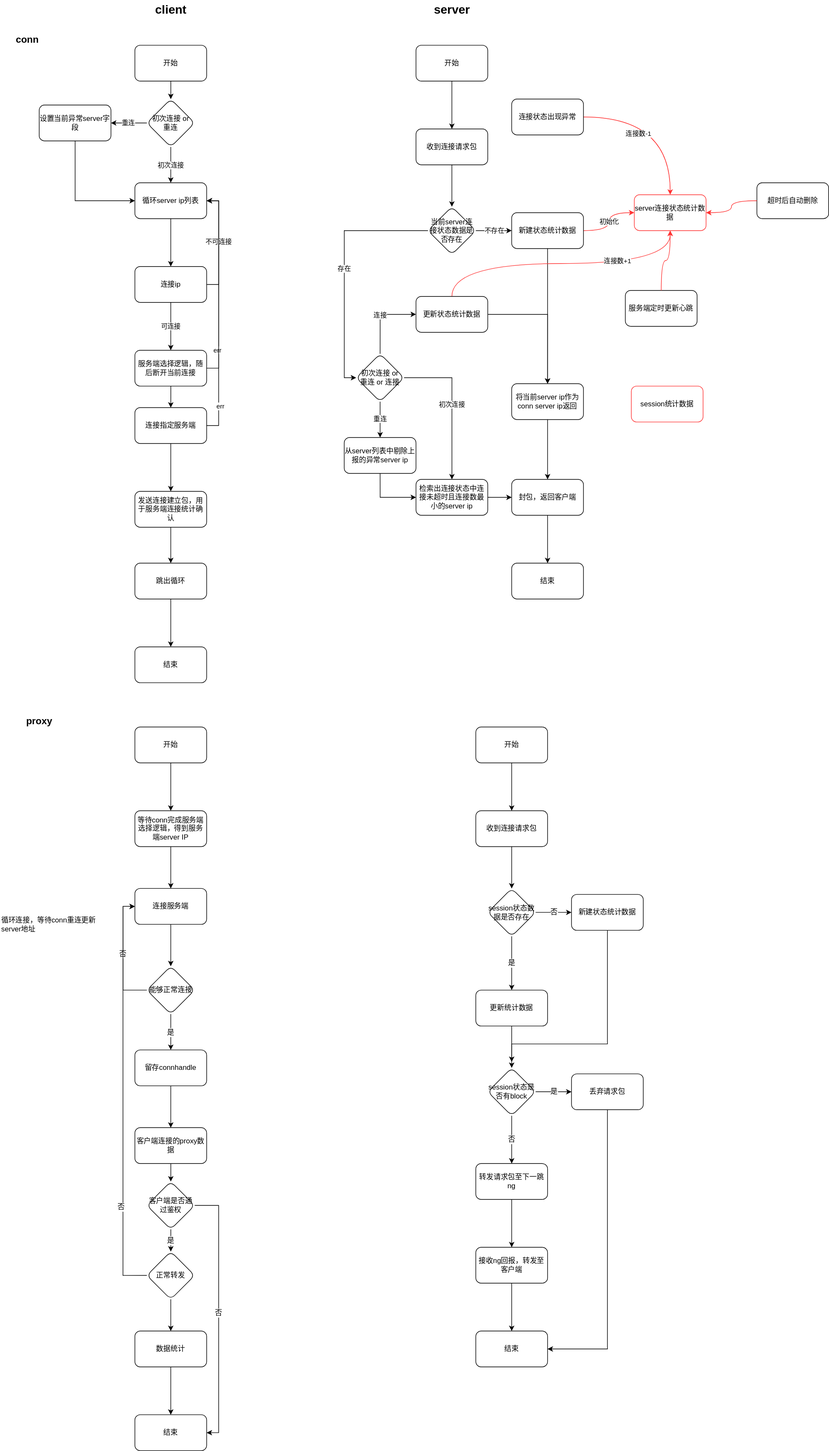
Earlier version of the draw.io export tc_客户端连接服务端逻辑图.svg (c17abab/diag_pics). Source tidied: cells renumbered, new cells last; positions are measured from the earlier drawing's top-left corner, leaving out a move shared by most shapes.
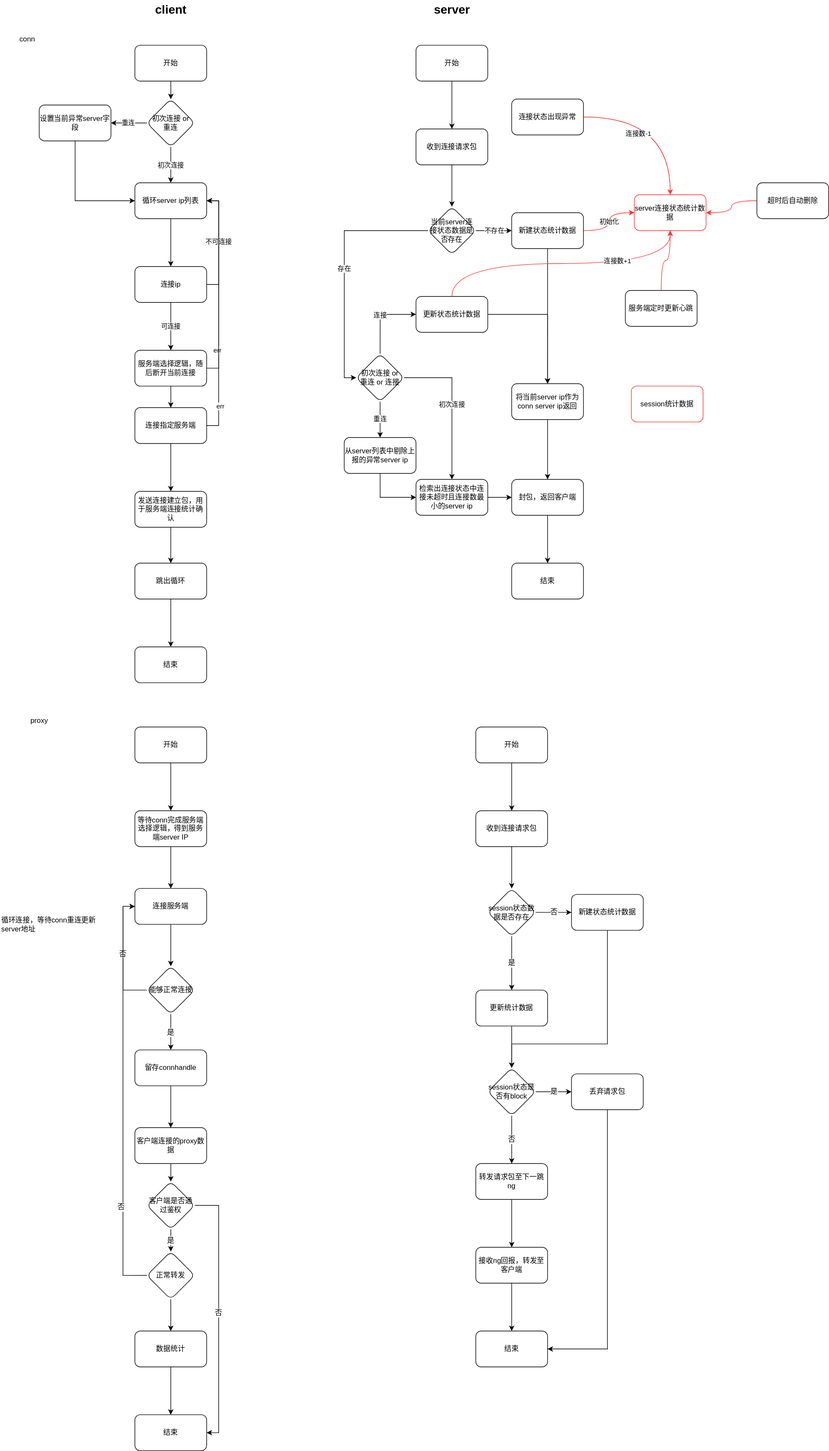
After the change.

Commit message:
更新tc_客户端连接服务端逻辑图.svg

The edit, as a diff of the source:
```diff
@@ -224,11 +224,11 @@
     <mxCell id="66" value="开始" style="whiteSpace=wrap;html=1;rounded=1;" parent="1" vertex="1">
       <mxGeometry x="225" y="1215" width="120" height="60" as="geometry" />
     </mxCell>
-    <mxCell id="67" value="conn" style="text;html=1;align=center;verticalAlign=middle;fillColor=none;strokeColor=none;rounded=0;fontSize=16;fontStyle=1;" parent="1" vertex="1">
-      <mxGeometry x="20" y="55" width="50" height="20" as="geometry" />
+    <mxCell id="67" value="conn" style="text;html=1;align=center;verticalAlign=middle;fillColor=none;strokeColor=none;rounded=0;" parent="1" vertex="1">
+      <mxGeometry x="25" y="55" width="40" height="20" as="geometry" />
     </mxCell>
-    <mxCell id="68" value="proxy" style="text;html=1;align=center;verticalAlign=middle;fillColor=none;strokeColor=none;rounded=0;fontSize=16;fontStyle=1;" parent="1" vertex="1">
-      <mxGeometry x="35" y="1195" width="60" height="20" as="geometry" />
+    <mxCell id="68" value="proxy" style="text;html=1;align=center;verticalAlign=middle;fillColor=none;strokeColor=none;rounded=0;" parent="1" vertex="1">
+      <mxGeometry x="40" y="1195" width="50" height="20" as="geometry" />
     </mxCell>
     <mxCell id="69" style="edgeStyle=orthogonalEdgeStyle;rounded=0;jettySize=auto;html=1;strokeColor=#000000;fontSize=12;" parent="1" edge="1" source="70" target="94">
       <mxGeometry relative="1" as="geometry" />
@@ -327,9 +327,8 @@
     <mxCell id="97" value="session状态数据是否存在" style="rhombus;whiteSpace=wrap;html=1;rounded=1;" parent="1" vertex="1">
       <mxGeometry x="815" y="1485" width="80" height="80" as="geometry" />
     </mxCell>
-    <mxCell id="98" style="edgeStyle=orthogonalEdgeStyle;rounded=0;jettySize=auto;html=1;strokeColor=#000000;fontSize=12;" parent="1" edge="1" source="99">
+    <mxCell id="98" style="edgeStyle=orthogonalEdgeStyle;rounded=0;jettySize=auto;html=1;strokeColor=#000000;fontSize=12;entryX=0.5;entryY=0;entryDx=0;entryDy=0;" parent="1" edge="1" source="99" target="104">
       <mxGeometry relative="1" as="geometry">
-        <mxPoint x="855" y="1775" as="targetPoint" />
         <Array as="points">
           <mxPoint x="1015" y="1745" />
           <mxPoint x="855" y="1745" />
```
